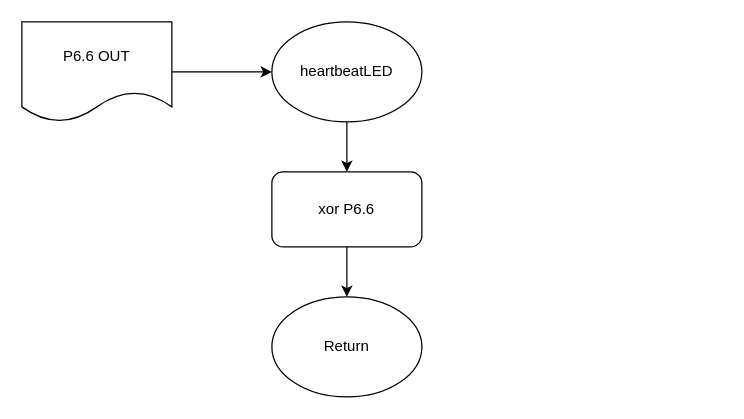
This is page "heartbeatLED" (2 of 2) of docs/flowcharts/Project3_Flowchart.drawio from msu-eele-465/project3-jack-matt, a draw.io file, before an edit. Source tidied: cells renumbered, new cells numbered last; positions are measured from the earlier drawing's top-left corner, leaving out a move shared by most shapes. Both pictures are drawn from the tidied source at 125%, with x=0, y=0 at pixel (21, 21).
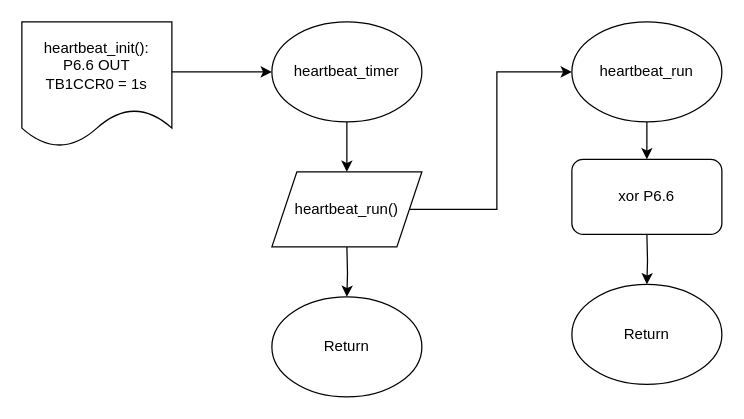
After the change.

What changed in the source:
```diff
@@
 <mxGraphModel>
   <root>
     <mxCell id="0" />
     <mxCell id="1" parent="0" />
-    <mxCell id="2" style="edgeStyle=orthogonalEdgeStyle;rounded=0;jettySize=auto;html=1;entryX=0.5;entryY=0;entryDx=0;entryDy=0;" parent="1" edge="1" source="3" target="5">
-      <mxGeometry relative="1" as="geometry" />
+    <mxCell id="2" style="edgeStyle=orthogonalEdgeStyle;rounded=0;jettySize=auto;html=1;entryX=0.5;entryY=0;entryDx=0;entryDy=0;" parent="1" edge="1" source="3">
+      <mxGeometry relative="1" as="geometry">
+        <mxPoint x="260" y="120" as="targetPoint" />
+      </mxGeometry>
     </mxCell>
-    <mxCell id="3" value="heartbeatLED" style="ellipse;whiteSpace=wrap;html=1;" parent="1" vertex="1">
+    <mxCell id="3" value="heartbeat_timer" style="ellipse;whiteSpace=wrap;html=1;" parent="1" vertex="1">
       <mxGeometry x="200" width="120" height="80" as="geometry" />
     </mxCell>
-    <mxCell id="4" style="edgeStyle=orthogonalEdgeStyle;rounded=0;jettySize=auto;html=1;entryX=0.5;entryY=0;entryDx=0;entryDy=0;" parent="1" edge="1" source="5" target="6">
-      <mxGeometry relative="1" as="geometry" />
+    <mxCell id="4" style="edgeStyle=orthogonalEdgeStyle;rounded=0;jettySize=auto;html=1;entryX=0.5;entryY=0;entryDx=0;entryDy=0;" parent="1" edge="1" target="6">
+      <mxGeometry relative="1" as="geometry">
+        <mxPoint x="260" y="180" as="sourcePoint" />
+      </mxGeometry>
     </mxCell>
-    <mxCell id="5" value="xor P6.6" style="rounded=1;whiteSpace=wrap;html=1;" parent="1" vertex="1">
-      <mxGeometry x="200" y="120" width="120" height="60" as="geometry" />
-    </mxCell>
     <mxCell id="6" value="Return" style="ellipse;whiteSpace=wrap;html=1;" parent="1" vertex="1">
       <mxGeometry x="200" y="220" width="120" height="80" as="geometry" />
     </mxCell>
-    <mxCell id="7" style="edgeStyle=orthogonalEdgeStyle;rounded=0;jettySize=auto;html=1;entryX=0;entryY=0.5;entryDx=0;entryDy=0;" parent="1" edge="1" source="8" target="3">
+    <mxCell id="7" style="edgeStyle=orthogonalEdgeStyle;rounded=0;jettySize=auto;html=1;entryX=0;entryY=0.5;entryDx=0;entryDy=0;exitX=0.985;exitY=0.4;exitDx=0;exitDy=0;exitPerimeter=0;" parent="1" edge="1" source="8" target="3">
       <mxGeometry relative="1" as="geometry" />
     </mxCell>
-    <mxCell id="8" value="P6.6 OUT" style="shape=document;whiteSpace=wrap;html=1;boundedLbl=1;" parent="1" vertex="1">
-      <mxGeometry width="120" height="80" as="geometry" />
+    <mxCell id="8" value="&lt;div&gt;heartbeat_init():&lt;/div&gt;P6.6 OUT&lt;div&gt;TB1CCR0 = 1s&lt;br&gt;&lt;/div&gt;" style="shape=document;whiteSpace=wrap;html=1;boundedLbl=1;" parent="1" vertex="1">
+      <mxGeometry width="120" height="100" as="geometry" />
     </mxCell>
+    <mxCell id="9" style="edgeStyle=orthogonalEdgeStyle;rounded=0;jettySize=auto;html=1;entryX=0;entryY=0.5;entryDx=0;entryDy=0;" parent="1" edge="1" source="10" target="12">
+      <mxGeometry relative="1" as="geometry" />
+    </mxCell>
+    <mxCell id="10" value="heartbeat_run()" style="shape=parallelogram;perimeter=parallelogramPerimeter;whiteSpace=wrap;html=1;fixedSize=1;" parent="1" vertex="1">
+      <mxGeometry x="200" y="120" width="120" height="60" as="geometry" />
+    </mxCell>
+    <mxCell id="11" style="edgeStyle=orthogonalEdgeStyle;rounded=0;jettySize=auto;html=1;entryX=0.5;entryY=0;entryDx=0;entryDy=0;" parent="1" edge="1" source="12" target="5">
+      <mxGeometry relative="1" as="geometry" />
+    </mxCell>
+    <mxCell id="12" value="heartbeat_run" style="ellipse;whiteSpace=wrap;html=1;" parent="1" vertex="1">
+      <mxGeometry x="440" width="120" height="80" as="geometry" />
+    </mxCell>
+    <mxCell id="5" value="xor P6.6" style="rounded=1;whiteSpace=wrap;html=1;" parent="1" vertex="1">
+      <mxGeometry x="440" y="110" width="120" height="60" as="geometry" />
+    </mxCell>
+    <mxCell id="13" style="edgeStyle=orthogonalEdgeStyle;rounded=0;jettySize=auto;html=1;entryX=0.5;entryY=0;entryDx=0;entryDy=0;" parent="1" edge="1" target="14">
+      <mxGeometry relative="1" as="geometry">
+        <mxPoint x="500" y="170" as="sourcePoint" />
+      </mxGeometry>
+    </mxCell>
+    <mxCell id="14" value="Return" style="ellipse;whiteSpace=wrap;html=1;" parent="1" vertex="1">
+      <mxGeometry x="440" y="210" width="120" height="80" as="geometry" />
+    </mxCell>
   </root>
 </mxGraphModel>
```
